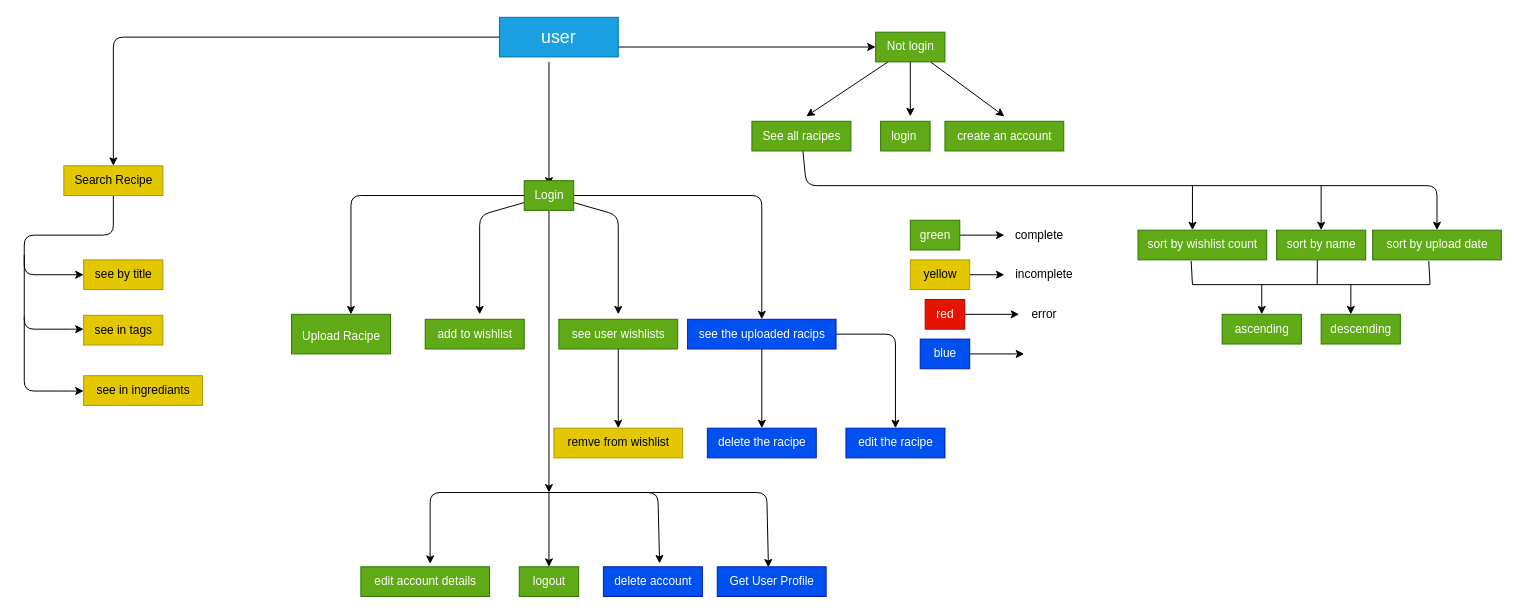
Before: planning.drawio in aamir-067/racipe-project, a draw.io diagram. Source tidied: cells renumbered, new cells numbered last; positions are measured from the earlier drawing's top-left corner, leaving out a move shared by most shapes. Both pictures are drawn from the tidied source at 99%, with x=0, y=0 at pixel (24, 17).
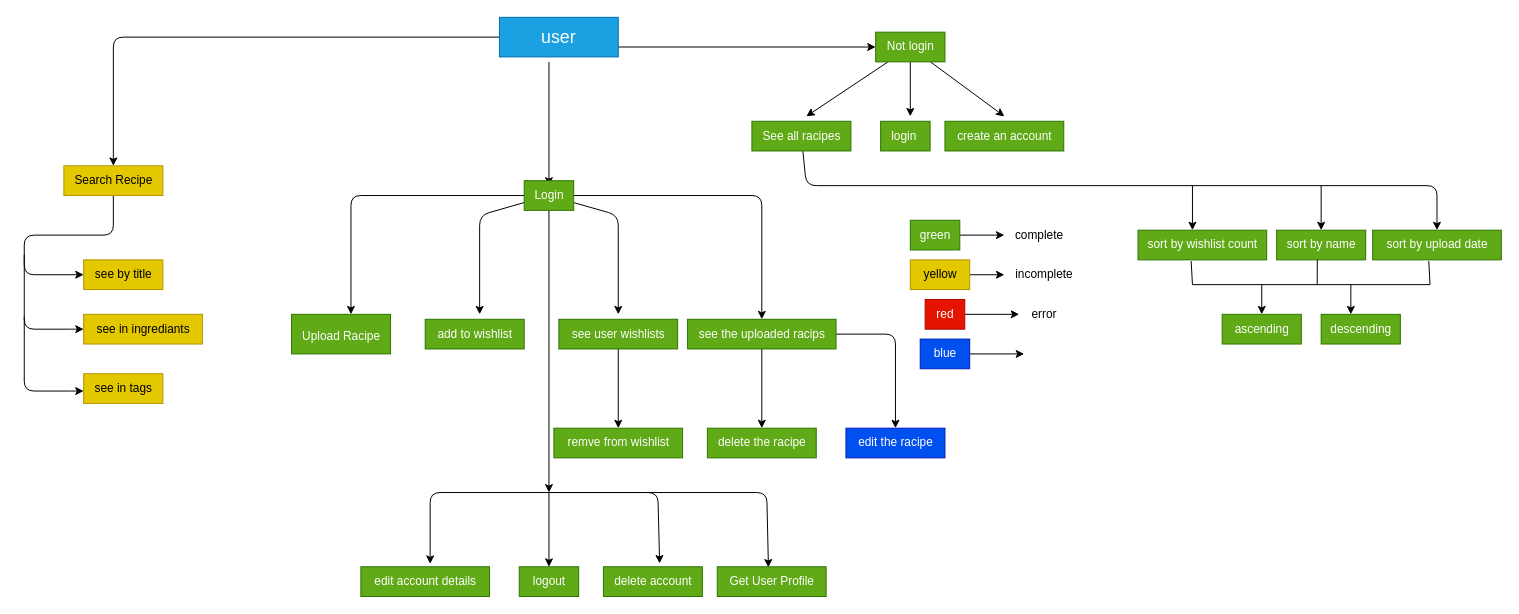
The same page after the edit.

Diff of the diagram source:
```diff
@@
-    <mxCell id="22" value="see the uploaded racips" style="text;html=1;align=center;verticalAlign=middle;points=[];strokeColor=#001DBC;fillColor=#0050ef;fontSize=12;fontColor=#ffffff;" parent="1" vertex="1">
+    <mxCell id="22" value="see the uploaded racips" style="text;html=1;align=center;verticalAlign=middle;points=[];strokeColor=#2D7600;fillColor=#60a917;fontSize=12;fontColor=#ffffff;" parent="1" vertex="1">
       <mxGeometry x="670" y="305" width="150" height="30" as="geometry" />
     </mxCell>
@@
-    <mxCell id="27" value="delete the racipe" style="text;html=1;align=center;verticalAlign=middle;points=[];strokeColor=#001DBC;fillColor=#0050ef;fontSize=12;fontColor=#ffffff;" parent="1" vertex="1">
+    <mxCell id="27" value="delete the racipe" style="text;html=1;align=center;verticalAlign=middle;points=[];strokeColor=#2D7600;fillColor=#60a917;fontSize=12;fontColor=#ffffff;" parent="1" vertex="1">
       <mxGeometry x="690" y="415" width="110" height="30" as="geometry" />
     </mxCell>
@@
-    <mxCell id="29" value="remve from wishlist" style="text;html=1;align=center;verticalAlign=middle;points=[];strokeColor=#B09500;fillColor=#e3c800;fontSize=12;fontColor=#000000;" parent="1" vertex="1">
+    <mxCell id="29" value="remve from wishlist" style="text;html=1;align=center;verticalAlign=middle;points=[];strokeColor=#2D7600;fillColor=#60a917;fontSize=12;fontColor=#ffffff;" parent="1" vertex="1">
       <mxGeometry x="535" y="415" width="130" height="30" as="geometry" />
     </mxCell>
@@
-    <mxCell id="32" value="delete account" style="text;html=1;align=center;verticalAlign=middle;points=[];strokeColor=#001DBC;fillColor=#0050ef;fontSize=12;fontColor=#ffffff;" parent="1" vertex="1">
+    <mxCell id="32" value="delete account" style="text;html=1;align=center;verticalAlign=middle;points=[];strokeColor=#2D7600;fillColor=#60a917;fontSize=12;fontColor=#ffffff;" parent="1" vertex="1">
       <mxGeometry x="585" y="555" width="100" height="30" as="geometry" />
     </mxCell>
@@
-    <mxCell id="58" value="Get User Profile" style="text;html=1;align=center;verticalAlign=middle;points=[];strokeColor=#001DBC;fillColor=#0050ef;fontColor=#ffffff;" parent="1" vertex="1">
+    <mxCell id="58" value="Get User Profile" style="text;html=1;align=center;verticalAlign=middle;points=[];strokeColor=#2D7600;fillColor=#60a917;fontColor=#ffffff;" parent="1" vertex="1">
       <mxGeometry x="700" y="555" width="110" height="30" as="geometry" />
     </mxCell>
@@
     <mxCell id="62" value="see in tags" style="text;html=1;align=center;verticalAlign=middle;strokeColor=#B09500;fillColor=#e3c800;fontColor=#000000;" parent="1" vertex="1">
-      <mxGeometry x="60" y="301" width="80" height="30" as="geometry" />
+      <mxGeometry x="60" y="360" width="80" height="30" as="geometry" />
     </mxCell>
@@
     <mxCell id="65" value="see in ingrediants" style="text;html=1;align=center;verticalAlign=middle;strokeColor=#B09500;fillColor=#e3c800;fontColor=#000000;" parent="1" vertex="1">
-      <mxGeometry x="60" y="362" width="120" height="30" as="geometry" />
+      <mxGeometry x="60" y="300" width="120" height="30" as="geometry" />
     </mxCell>
```
